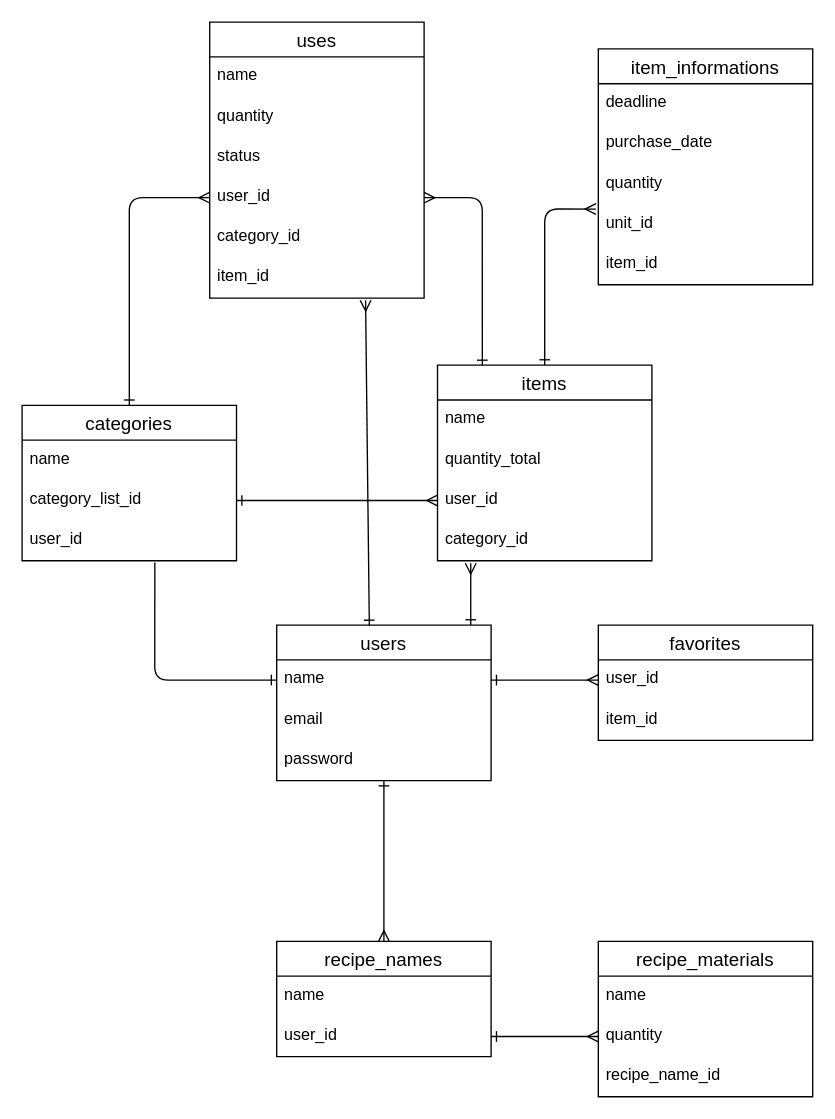
Above: er.dio in siroyuri/food_manage (draw.io), before the change. Source tidied: cells renumbered, new cells numbered last; positions are measured from the earlier drawing's top-left corner, leaving out a move shared by most shapes. Both pictures are drawn from the tidied source at 134%, with x=0, y=0 at pixel (21, 21).
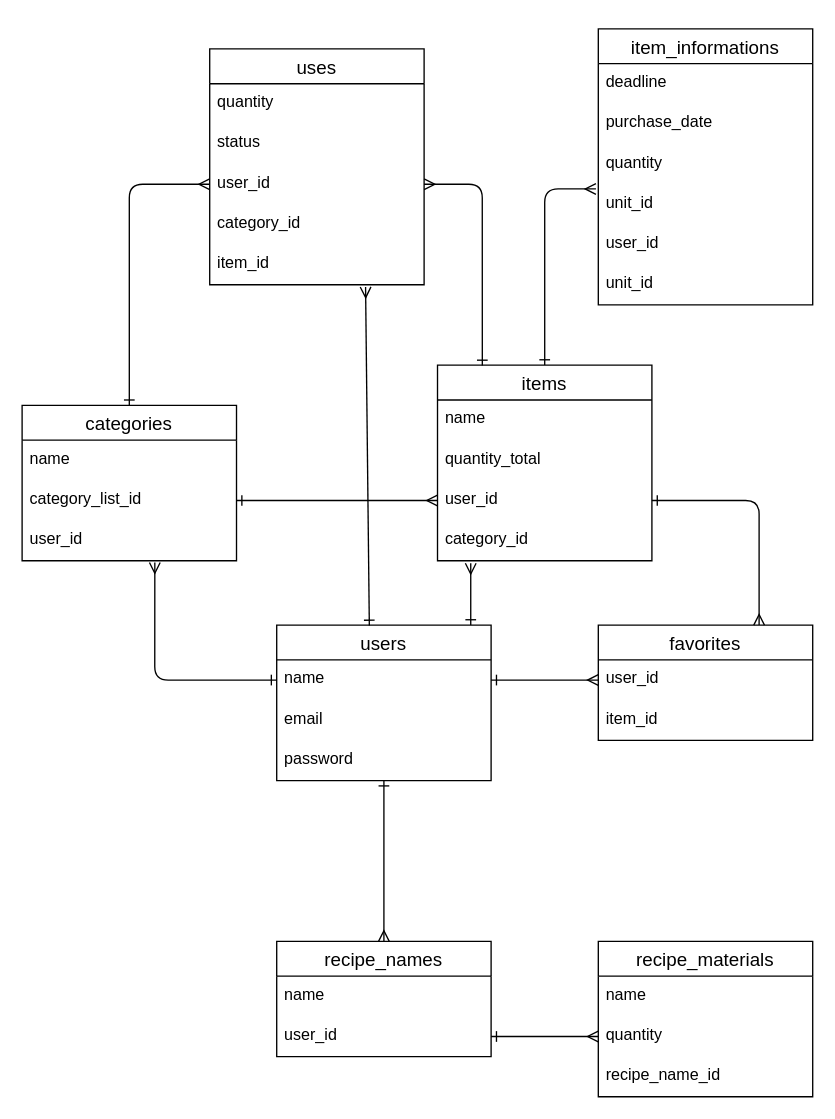
The same diagram, later.

Commit message (it also covers changes not shown here):
テーブル設計手直し

Unchanged cells that the change refers to:
```xml
<mxCell id="5" value="name" style="text;strokeColor=none;fillColor=none;spacingLeft=4;spacingRight=4;overflow=hidden;points=[[0,0.5],[1,0.5]];portConstraint=eastwest;fontSize=12;" parent="4" vertex="1">
  <mxGeometry y="26" width="160" height="30" as="geometry" />
</mxCell>
<mxCell id="14" value="user_id" style="text;strokeColor=none;fillColor=none;spacingLeft=4;spacingRight=4;overflow=hidden;points=[[0,0.5],[1,0.5]];portConstraint=eastwest;fontSize=12;" parent="11" vertex="1">
  <mxGeometry y="86" width="160" height="30" as="geometry" />
</mxCell>
<mxCell id="22" value="favorites" style="swimlane;fontStyle=0;horizontal=1;startSize=26;align=center;fontSize=14;" parent="1" vertex="1">
  <mxGeometry x="430" y="450" width="160" height="86" as="geometry" />
</mxCell>
<mxCell id="46" value="user_id" style="text;strokeColor=none;fillColor=none;spacingLeft=4;spacingRight=4;overflow=hidden;points=[[0,0.5],[1,0.5]];portConstraint=eastwest;fontSize=12;" parent="43" vertex="1">
  <mxGeometry y="86" width="160" height="30" as="geometry" />
</mxCell>
```

Change to the diagram source:
```diff
@@
     <mxCell id="16" value="item_informations" style="swimlane;fontStyle=0;horizontal=1;startSize=26;align=center;fontSize=14;" parent="1" vertex="1">
-      <mxGeometry x="430" y="20" width="160" height="176" as="geometry" />
+      <mxGeometry x="430" y="5" width="160" height="206" as="geometry" />
     </mxCell>
@@
-    <mxCell id="21" value="item_id" style="text;strokeColor=none;fillColor=none;spacingLeft=4;spacingRight=4;overflow=hidden;fontSize=12;" parent="16" vertex="1">
+    <mxCell id="21" value="user_id" style="text;strokeColor=none;fillColor=none;spacingLeft=4;spacingRight=4;overflow=hidden;fontSize=12;" parent="16" vertex="1">
       <mxGeometry y="146" width="160" height="30" as="geometry" />
     </mxCell>
+    <mxCell id="48" value="unit_id" style="text;strokeColor=none;fillColor=none;spacingLeft=4;spacingRight=4;overflow=hidden;fontSize=12;" parent="16" vertex="1">
+      <mxGeometry y="176" width="160" height="30" as="geometry" />
+    </mxCell>
@@
     <mxCell id="32" value="uses" style="swimlane;fontStyle=0;horizontal=1;startSize=26;align=center;fontSize=14;" parent="1" vertex="1">
-      <mxGeometry x="140" width="160" height="206" as="geometry" />
+      <mxGeometry x="140" y="20" width="160" height="176" as="geometry" />
     </mxCell>
-    <mxCell id="33" value="name" style="text;strokeColor=none;fillColor=none;spacingLeft=4;spacingRight=4;overflow=hidden;fontSize=12;" parent="32" vertex="1">
-      <mxGeometry y="26" width="160" height="30" as="geometry" />
-    </mxCell>
     <mxCell id="34" value="quantity" style="text;strokeColor=none;fillColor=none;spacingLeft=4;spacingRight=4;overflow=hidden;fontSize=12;" parent="32" vertex="1">
-      <mxGeometry y="56" width="160" height="30" as="geometry" />
+      <mxGeometry y="26" width="160" height="30" as="geometry" />
     </mxCell>
     <mxCell id="35" value="status" style="text;strokeColor=none;fillColor=none;spacingLeft=4;spacingRight=4;overflow=hidden;fontSize=12;" parent="32" vertex="1">
-      <mxGeometry y="86" width="160" height="30" as="geometry" />
+      <mxGeometry y="56" width="160" height="30" as="geometry" />
     </mxCell>
     <mxCell id="36" value="user_id" style="text;strokeColor=none;fillColor=none;spacingLeft=4;spacingRight=4;overflow=hidden;points=[[0,0.5],[1,0.5]];portConstraint=eastwest;fontSize=12;" parent="32" vertex="1">
-      <mxGeometry y="116" width="160" height="30" as="geometry" />
+      <mxGeometry y="86" width="160" height="30" as="geometry" />
     </mxCell>
     <mxCell id="37" value="category_id" style="text;strokeColor=none;fillColor=none;spacingLeft=4;spacingRight=4;overflow=hidden;fontSize=12;" parent="32" vertex="1">
-      <mxGeometry y="146" width="160" height="30" as="geometry" />
+      <mxGeometry y="116" width="160" height="30" as="geometry" />
     </mxCell>
     <mxCell id="38" value="item_id" style="text;strokeColor=none;fillColor=none;spacingLeft=4;spacingRight=4;overflow=hidden;points=[[0,0.5],[1,0.5]];portConstraint=eastwest;fontSize=12;" parent="32" vertex="1">
-      <mxGeometry y="176" width="160" height="30" as="geometry" />
+      <mxGeometry y="146" width="160" height="30" as="geometry" />
     </mxCell>
@@
-    <mxCell id="47" style="html=1;entryX=0.619;entryY=1.043;entryDx=0;entryDy=0;entryPerimeter=0;startArrow=ERone;startFill=0;endArrow=none;endFill=0;exitX=0;exitY=0.5;exitDx=0;exitDy=0;edgeStyle=orthogonalEdgeStyle;" parent="1" edge="1" source="5" target="46">
+    <mxCell id="47" style="html=1;entryX=0.619;entryY=1.043;entryDx=0;entryDy=0;entryPerimeter=0;startArrow=ERone;startFill=0;endArrow=ERmany;endFill=0;exitX=0;exitY=0.5;exitDx=0;exitDy=0;edgeStyle=orthogonalEdgeStyle;" parent="1" edge="1" source="5" target="46">
       <mxGeometry relative="1" as="geometry">
         <Array as="points">
           <mxPoint x="99" y="491" />
         </Array>
       </mxGeometry>
     </mxCell>
+    <mxCell id="49" style="edgeStyle=orthogonalEdgeStyle;html=1;entryX=0.75;entryY=0;entryDx=0;entryDy=0;exitX=1;exitY=0.5;exitDx=0;exitDy=0;startArrow=ERone;startFill=0;endArrow=ERmany;endFill=0;" parent="1" edge="1" source="14" target="22">
+      <mxGeometry relative="1" as="geometry" />
+    </mxCell>
```
